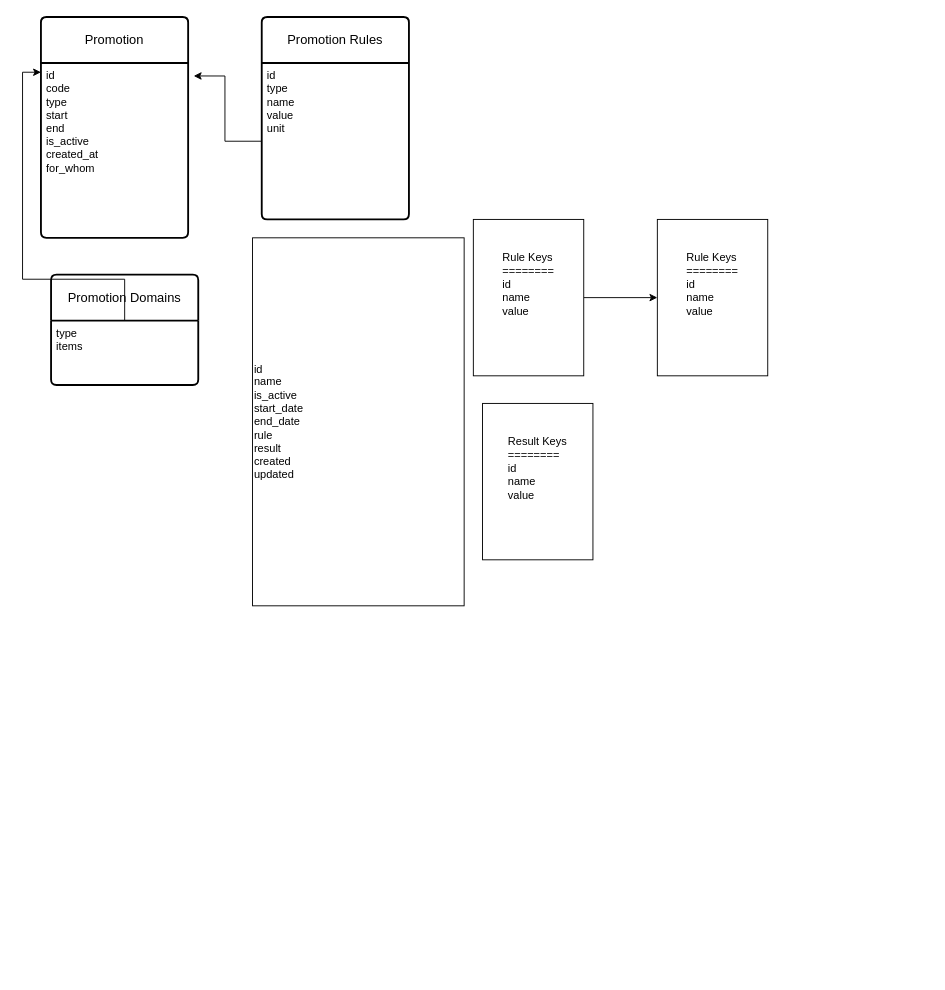
Earlier version of the draw.io diagram promotion.drawio (dsifat/cvrp-ga). Source tidied: cells renumbered, new cells numbered last; positions are measured from the earlier drawing's top-left corner, leaving out a move shared by most shapes. Both pictures are drawn from the tidied source at 92%, with x=0, y=0 at pixel (40, 17).
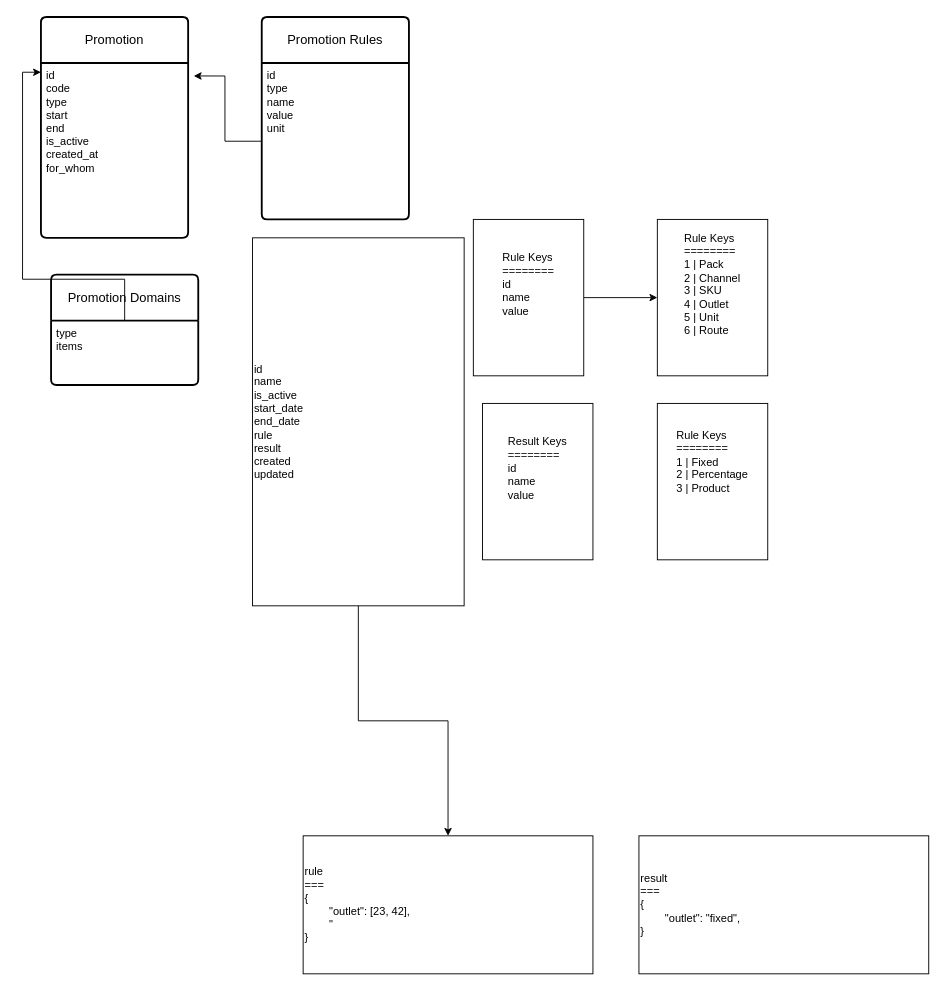
The same page after the edit.

The edit, as a diff of the source:
```diff
@@
 <mxGraphModel>
   <root>
     <mxCell id="0" />
     <mxCell id="1" parent="0" />
     <mxCell id="2" value="Promotion Rules" style="swimlane;horizontal=1;startSize=50;rounded=1;fontSize=14;fontStyle=0;strokeWidth=2;shadow=0;dashed=0;align=center;arcSize=4;whiteSpace=wrap;html=1;" parent="1" vertex="1">
       <mxGeometry x="240" width="160" height="220" as="geometry" />
     </mxCell>
     <mxCell id="3" value="id&lt;br&gt;type&lt;br&gt;name&lt;br&gt;value&lt;br&gt;unit" style="align=left;strokeColor=none;fillColor=none;spacingLeft=4;fontSize=12;verticalAlign=top;html=1;" parent="2" vertex="1">
       <mxGeometry y="50" width="160" height="170" as="geometry" />
     </mxCell>
     <mxCell id="4" value="Promotion" style="swimlane;horizontal=1;startSize=50;rounded=1;fontSize=14;fontStyle=0;strokeWidth=2;shadow=0;dashed=0;align=center;arcSize=4;whiteSpace=wrap;html=1;" parent="1" vertex="1">
       <mxGeometry width="160" height="240" as="geometry" />
     </mxCell>
     <mxCell id="5" value="id&lt;br&gt;code&lt;br&gt;type&lt;br&gt;start&lt;br&gt;end&lt;br&gt;is_active&lt;br&gt;created_at&lt;br&gt;for_whom" style="align=left;strokeColor=none;fillColor=none;spacingLeft=4;fontSize=12;verticalAlign=top;html=1;" parent="4" vertex="1">
       <mxGeometry y="50" width="160" height="190" as="geometry" />
     </mxCell>
     <mxCell id="6" style="edgeStyle=orthogonalEdgeStyle;rounded=0;jettySize=auto;html=1;entryX=1.038;entryY=0.074;entryDx=0;entryDy=0;entryPerimeter=0;" parent="1" edge="1" source="3" target="5">
       <mxGeometry relative="1" as="geometry" />
     </mxCell>
     <mxCell id="7" value="Promotion Domains" style="swimlane;horizontal=1;startSize=50;rounded=1;fontSize=14;fontStyle=0;strokeWidth=2;shadow=0;dashed=0;align=center;arcSize=4;whiteSpace=wrap;html=1;" parent="1" vertex="1">
       <mxGeometry x="11" y="280" width="160" height="120" as="geometry" />
     </mxCell>
     <mxCell id="8" value="type&lt;br&gt;items" style="align=left;strokeColor=none;fillColor=none;spacingLeft=4;fontSize=12;verticalAlign=top;html=1;" parent="7" vertex="1">
       <mxGeometry y="50" width="160" height="70" as="geometry" />
     </mxCell>
     <mxCell id="9" style="edgeStyle=orthogonalEdgeStyle;rounded=0;jettySize=auto;html=1;entryX=0;entryY=0.25;entryDx=0;entryDy=0;" parent="1" edge="1" source="8" target="4">
       <mxGeometry relative="1" as="geometry" />
     </mxCell>
+    <mxCell id="15" style="edgeStyle=orthogonalEdgeStyle;rounded=0;jettySize=auto;html=1;" parent="1" edge="1" source="10" target="17">
+      <mxGeometry relative="1" as="geometry" />
+    </mxCell>
     <mxCell id="10" value="id&lt;br&gt;name&lt;br&gt;is_active&lt;br&gt;start_date&lt;br&gt;end_date&lt;br&gt;rule&lt;br&gt;result&lt;br&gt;created&lt;br&gt;updated" style="html=1;dashed=0;whiteSpace=wrap;align=left;" parent="1" vertex="1">
       <mxGeometry x="230" y="240" width="230" height="400" as="geometry" />
     </mxCell>
     <mxCell id="11" style="edgeStyle=orthogonalEdgeStyle;rounded=0;jettySize=auto;html=1;" parent="1" edge="1" source="12" target="14">
       <mxGeometry relative="1" as="geometry" />
     </mxCell>
     <mxCell id="12" value="&lt;div style=&quot;text-align: left;&quot;&gt;&lt;span style=&quot;background-color: initial;&quot;&gt;Rule Keys&lt;/span&gt;&lt;/div&gt;&lt;div style=&quot;text-align: left;&quot;&gt;&lt;span style=&quot;background-color: initial;&quot;&gt;========&lt;/span&gt;&lt;/div&gt;&lt;div style=&quot;text-align: left;&quot;&gt;&lt;span style=&quot;background-color: initial;&quot;&gt;id&lt;/span&gt;&lt;/div&gt;&lt;div style=&quot;text-align: left;&quot;&gt;&lt;span style=&quot;background-color: initial;&quot;&gt;name&lt;/span&gt;&lt;/div&gt;&lt;div style=&quot;text-align: left;&quot;&gt;&lt;span style=&quot;background-color: initial;&quot;&gt;value&lt;/span&gt;&lt;/div&gt;&lt;div style=&quot;text-align: left;&quot;&gt;&lt;span style=&quot;background-color: initial;&quot;&gt;&lt;br&gt;&lt;/span&gt;&lt;/div&gt;&lt;div style=&quot;text-align: left;&quot;&gt;&lt;span style=&quot;background-color: initial;&quot;&gt;&lt;br&gt;&lt;/span&gt;&lt;/div&gt;" style="html=1;dashed=0;whiteSpace=wrap;" parent="1" vertex="1">
       <mxGeometry x="470" y="220" width="120" height="170" as="geometry" />
     </mxCell>
     <mxCell id="13" value="&lt;div style=&quot;text-align: left;&quot;&gt;&lt;span style=&quot;background-color: initial;&quot;&gt;Result Keys&lt;/span&gt;&lt;/div&gt;&lt;div style=&quot;text-align: left;&quot;&gt;&lt;span style=&quot;background-color: initial;&quot;&gt;========&lt;/span&gt;&lt;/div&gt;&lt;div style=&quot;text-align: left;&quot;&gt;&lt;span style=&quot;background-color: initial;&quot;&gt;id&lt;/span&gt;&lt;/div&gt;&lt;div style=&quot;text-align: left;&quot;&gt;&lt;span style=&quot;background-color: initial;&quot;&gt;name&lt;/span&gt;&lt;/div&gt;&lt;div style=&quot;text-align: left;&quot;&gt;&lt;span style=&quot;background-color: initial;&quot;&gt;value&lt;/span&gt;&lt;/div&gt;&lt;div style=&quot;text-align: left;&quot;&gt;&lt;span style=&quot;background-color: initial;&quot;&gt;&lt;br&gt;&lt;/span&gt;&lt;/div&gt;&lt;div style=&quot;text-align: left;&quot;&gt;&lt;span style=&quot;background-color: initial;&quot;&gt;&lt;br&gt;&lt;/span&gt;&lt;/div&gt;" style="html=1;dashed=0;whiteSpace=wrap;" parent="1" vertex="1">
       <mxGeometry x="480" y="420" width="120" height="170" as="geometry" />
     </mxCell>
-    <mxCell id="14" value="&lt;div style=&quot;text-align: left;&quot;&gt;&lt;span style=&quot;background-color: initial;&quot;&gt;Rule Keys&lt;/span&gt;&lt;/div&gt;&lt;div style=&quot;text-align: left;&quot;&gt;&lt;span style=&quot;background-color: initial;&quot;&gt;========&lt;/span&gt;&lt;/div&gt;&lt;div style=&quot;text-align: left;&quot;&gt;&lt;span style=&quot;background-color: initial;&quot;&gt;id&lt;/span&gt;&lt;/div&gt;&lt;div style=&quot;text-align: left;&quot;&gt;&lt;span style=&quot;background-color: initial;&quot;&gt;name&lt;/span&gt;&lt;/div&gt;&lt;div style=&quot;text-align: left;&quot;&gt;&lt;span style=&quot;background-color: initial;&quot;&gt;value&lt;/span&gt;&lt;/div&gt;&lt;div style=&quot;text-align: left;&quot;&gt;&lt;span style=&quot;background-color: initial;&quot;&gt;&lt;br&gt;&lt;/span&gt;&lt;/div&gt;&lt;div style=&quot;text-align: left;&quot;&gt;&lt;span style=&quot;background-color: initial;&quot;&gt;&lt;br&gt;&lt;/span&gt;&lt;/div&gt;" style="html=1;dashed=0;whiteSpace=wrap;" parent="1" vertex="1">
+    <mxCell id="14" value="&lt;div style=&quot;text-align: left;&quot;&gt;&lt;span style=&quot;background-color: initial;&quot;&gt;Rule Keys&lt;/span&gt;&lt;/div&gt;&lt;div style=&quot;text-align: left;&quot;&gt;&lt;span style=&quot;background-color: initial;&quot;&gt;========&lt;/span&gt;&lt;/div&gt;&lt;div style=&quot;text-align: left;&quot;&gt;1 | Pack&lt;/div&gt;&lt;div style=&quot;text-align: left;&quot;&gt;2 | Channel&lt;/div&gt;&lt;div style=&quot;text-align: left;&quot;&gt;3 | SKU&lt;/div&gt;&lt;div style=&quot;text-align: left;&quot;&gt;4 | Outlet&lt;/div&gt;&lt;div style=&quot;text-align: left;&quot;&gt;5 | Unit&lt;/div&gt;&lt;div style=&quot;text-align: left;&quot;&gt;6 | Route&lt;/div&gt;&lt;div style=&quot;text-align: left;&quot;&gt;&lt;span style=&quot;background-color: initial;&quot;&gt;&lt;br&gt;&lt;/span&gt;&lt;/div&gt;&lt;div style=&quot;text-align: left;&quot;&gt;&lt;span style=&quot;background-color: initial;&quot;&gt;&lt;br&gt;&lt;/span&gt;&lt;/div&gt;" style="html=1;dashed=0;whiteSpace=wrap;" parent="1" vertex="1">
       <mxGeometry x="670" y="220" width="120" height="170" as="geometry" />
     </mxCell>
+    <mxCell id="16" value="&lt;div style=&quot;text-align: left;&quot;&gt;&lt;span style=&quot;background-color: initial;&quot;&gt;Rule Keys&lt;/span&gt;&lt;/div&gt;&lt;div style=&quot;text-align: left;&quot;&gt;&lt;span style=&quot;background-color: initial;&quot;&gt;========&lt;/span&gt;&lt;/div&gt;&lt;div style=&quot;text-align: left;&quot;&gt;1 | Fixed&lt;/div&gt;&lt;div style=&quot;text-align: left;&quot;&gt;2 | Percentage&lt;/div&gt;&lt;div style=&quot;text-align: left;&quot;&gt;3 | Product&lt;/div&gt;&lt;div style=&quot;text-align: left;&quot;&gt;&lt;br&gt;&lt;/div&gt;&lt;div style=&quot;text-align: left;&quot;&gt;&lt;span style=&quot;background-color: initial;&quot;&gt;&lt;br&gt;&lt;/span&gt;&lt;/div&gt;&lt;div style=&quot;text-align: left;&quot;&gt;&lt;span style=&quot;background-color: initial;&quot;&gt;&lt;br&gt;&lt;/span&gt;&lt;/div&gt;" style="html=1;dashed=0;whiteSpace=wrap;" parent="1" vertex="1">
+      <mxGeometry x="670" y="420" width="120" height="170" as="geometry" />
+    </mxCell>
+    <mxCell id="17" value="rule&lt;br&gt;===&lt;br&gt;{&lt;br&gt;&lt;span style=&quot;white-space: pre;&quot;&gt;&#9;&lt;/span&gt;&quot;outlet&quot;: [23, 42],&lt;br&gt;&lt;span style=&quot;white-space: pre;&quot;&gt;&#9;&lt;/span&gt;&quot;&lt;br&gt;}" style="whiteSpace=wrap;html=1;align=left;dashed=0;" parent="1" vertex="1">
+      <mxGeometry x="285" y="890" width="315" height="150" as="geometry" />
+    </mxCell>
+    <mxCell id="18" value="result&lt;br&gt;===&lt;br&gt;{&lt;br&gt;&lt;span style=&quot;white-space: pre;&quot;&gt;&#9;&lt;/span&gt;&quot;outlet&quot;: &quot;fixed&quot;,&lt;br&gt;}" style="whiteSpace=wrap;html=1;align=left;dashed=0;" parent="1" vertex="1">
+      <mxGeometry x="650" y="890" width="315" height="150" as="geometry" />
+    </mxCell>
   </root>
 </mxGraphModel>
```
